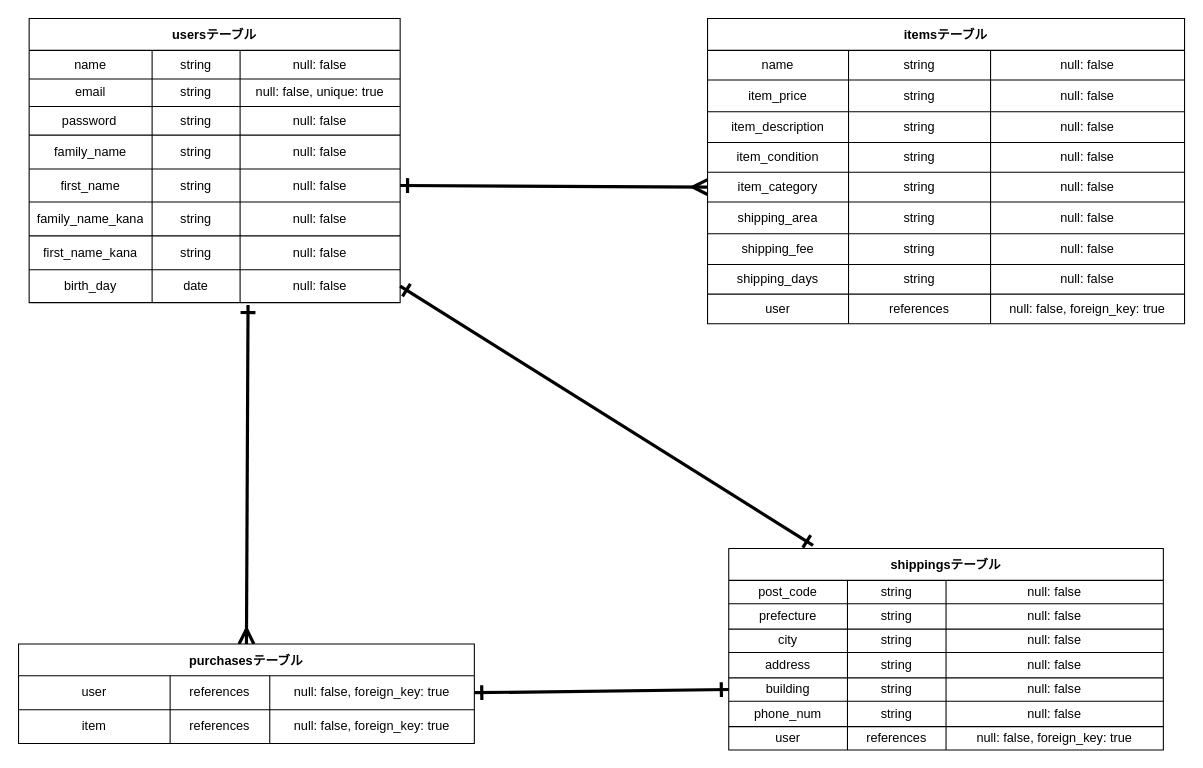
The draw.io diagram furima-37294.dio in ysd-hrkz/furima-37294, before the edit. Source tidied: cells renumbered, new cells numbered last; positions are measured from the earlier drawing's top-left corner, leaving out a move shared by most shapes. Both pictures are drawn from the tidied source at 106%, with x=0, y=0 at pixel (18, 18).
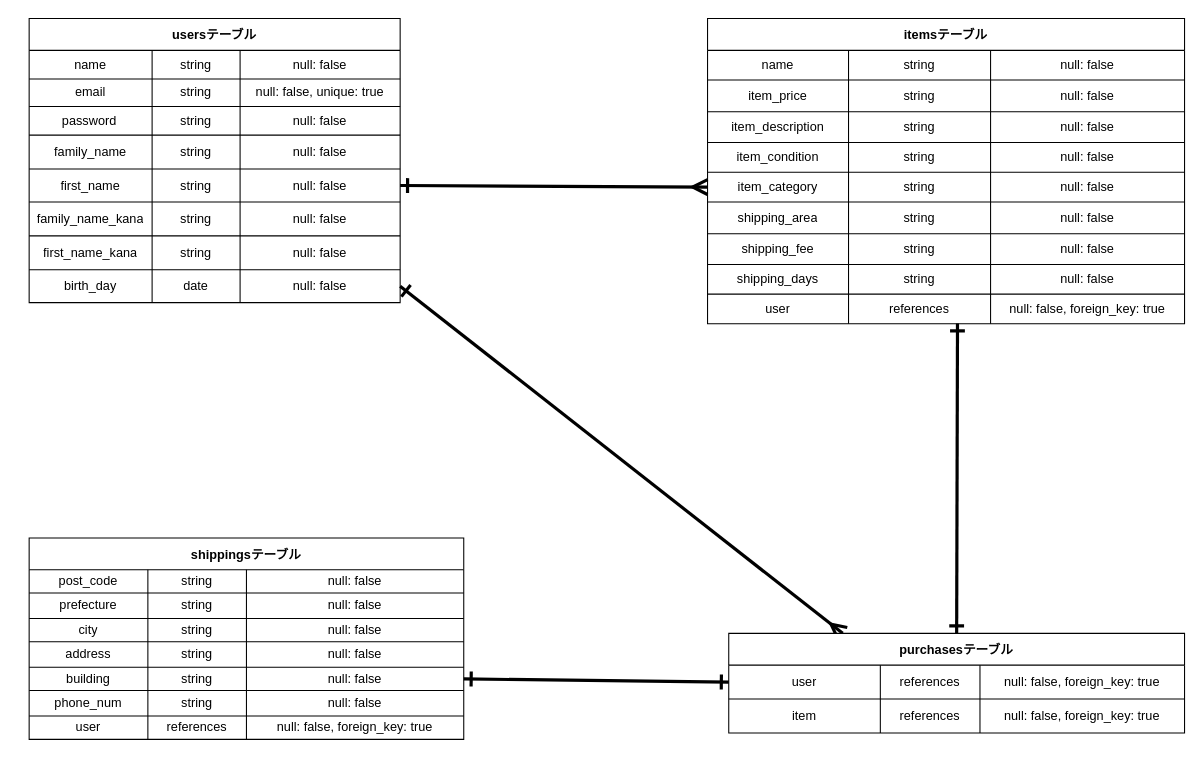
The same page after the edit.

Commit message (it also covers changes not shown here):
DB設計、ER図修正

Unchanged cells that the change refers to:
```xml
<mxCell id="31" style="shape=partialRectangle;html=1;whiteSpace=wrap;fillColor=none;top=0;left=0;bottom=0;right=0;points=[[0,0.5],[1,0.5]];portConstraint=eastwest;" parent="2" vertex="1">
  <mxGeometry y="237" width="350" height="31" as="geometry" />
</mxCell>
<mxCell id="37" style="shape=partialRectangle;html=1;whiteSpace=wrap;fillColor=none;top=0;left=0;bottom=0;right=0;points=[[0,0.5],[1,0.5]];portConstraint=eastwest;" parent="36" vertex="1">
  <mxGeometry y="30" width="430" height="32" as="geometry" />
</mxCell>
<mxCell id="78" style="shape=partialRectangle;html=1;whiteSpace=wrap;fillColor=none;top=0;left=0;bottom=0;right=0;points=[[0,0.5],[1,0.5]];portConstraint=eastwest;" parent="45" vertex="1">
  <mxGeometry y="260" width="450" height="28" as="geometry" />
</mxCell>
<mxCell id="99" style="shape=partialRectangle;html=1;whiteSpace=wrap;fillColor=none;top=0;left=0;bottom=0;right=0;points=[[0,0.5],[1,0.5]];portConstraint=eastwest;" parent="82" vertex="1">
  <mxGeometry y="122" width="410" height="22" as="geometry" />
</mxCell>
```

Diff of the diagram source:
```diff
@@
-    <mxCell id="35" style="edgeStyle=none;html=1;exitX=0.5;exitY=0;exitDx=0;exitDy=0;entryX=0.59;entryY=1.075;entryDx=0;entryDy=0;entryPerimeter=0;startArrow=ERmany;startFill=0;endArrow=ERone;endFill=0;startSize=10;endSize=10;sourcePerimeterSpacing=10;targetPerimeterSpacing=10;strokeWidth=3;" parent="1" edge="1" source="36" target="31">
+    <mxCell id="35" style="edgeStyle=none;html=1;exitX=0.25;exitY=0;exitDx=0;exitDy=0;entryX=1;entryY=0.5;entryDx=0;entryDy=0;startArrow=ERmany;startFill=0;endArrow=ERone;endFill=0;startSize=10;endSize=10;sourcePerimeterSpacing=10;targetPerimeterSpacing=10;strokeWidth=3;" parent="1" edge="1" source="36" target="31">
       <mxGeometry relative="1" as="geometry" />
     </mxCell>
+    <mxCell id="114" style="edgeStyle=none;html=1;exitX=0.5;exitY=0;exitDx=0;exitDy=0;entryX=0.524;entryY=0.988;entryDx=0;entryDy=0;entryPerimeter=0;startArrow=ERone;startFill=0;endArrow=ERone;endFill=0;startSize=10;endSize=10;sourcePerimeterSpacing=10;targetPerimeterSpacing=10;strokeWidth=3;" parent="1" edge="1" source="36" target="78">
+      <mxGeometry relative="1" as="geometry" />
+    </mxCell>
     <mxCell id="36" value="purchasesテーブル" style="shape=table;startSize=30;childLayout=tableLayout;fontStyle=1;align=center;" parent="1" vertex="1">
-      <mxGeometry y="590" width="430" height="94" as="geometry" />
+      <mxGeometry x="670" y="580" width="430" height="94" as="geometry" />
     </mxCell>
@@
     <mxCell id="82" value="shippingsテーブル" style="shape=table;startSize=30;childLayout=tableLayout;fontStyle=1;align=center;" parent="1" vertex="1">
-      <mxGeometry x="670" y="500" width="410" height="190" as="geometry" />
+      <mxGeometry x="10" y="490" width="410" height="190" as="geometry" />
     </mxCell>
@@
-    <mxCell id="112" style="edgeStyle=none;html=1;exitX=0;exitY=0.5;exitDx=0;exitDy=0;entryX=1;entryY=0.5;entryDx=0;entryDy=0;startArrow=ERone;startFill=0;endArrow=ERone;endFill=0;startSize=10;endSize=10;sourcePerimeterSpacing=10;targetPerimeterSpacing=10;strokeWidth=3;" parent="1" edge="1" source="99" target="37">
+    <mxCell id="112" style="edgeStyle=none;html=1;exitX=1;exitY=0.5;exitDx=0;exitDy=0;entryX=0;entryY=0.5;entryDx=0;entryDy=0;startArrow=ERone;startFill=0;endArrow=ERone;endFill=0;startSize=10;endSize=10;sourcePerimeterSpacing=10;targetPerimeterSpacing=10;strokeWidth=3;" parent="1" edge="1" source="99" target="37">
       <mxGeometry relative="1" as="geometry" />
     </mxCell>
-    <mxCell id="113" style="edgeStyle=none;html=1;exitX=1;exitY=0.5;exitDx=0;exitDy=0;entryX=0.194;entryY=-0.016;entryDx=0;entryDy=0;entryPerimeter=0;startArrow=ERone;startFill=0;endArrow=ERone;endFill=0;startSize=10;endSize=10;sourcePerimeterSpacing=10;targetPerimeterSpacing=10;strokeWidth=3;" parent="1" edge="1" source="31" target="82">
-      <mxGeometry relative="1" as="geometry" />
-    </mxCell>
```
